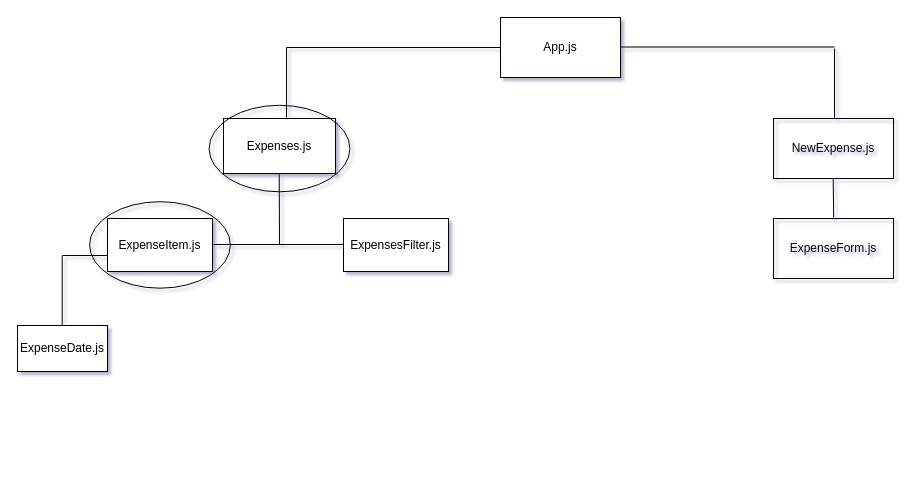
Above: Expense-calendar-scheme.drawio in Lonerr7/-Udemy-React-Expense-Calendar (draw.io), before the change. Source tidied: cells renumbered, new cells numbered last; positions are measured from the earlier drawing's top-left corner, leaving out a move shared by most shapes. Both pictures are drawn from the tidied source at 100%, with x=0, y=0 at pixel (17, 17).
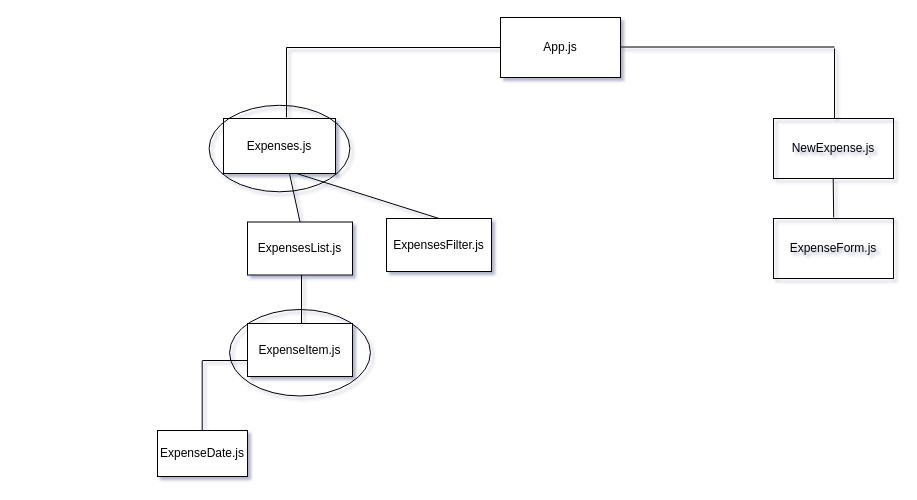
After the change.

Commit message (it also covers changes not shown here):
Fixed Epxense-calendar-scheme

Change to the diagram source:
```diff
@@
     <mxCell id="3" value="ExpenseItem.js" style="rounded=0;whiteSpace=wrap;html=1;" parent="1" vertex="1">
-      <mxGeometry x="90" y="201" width="105" height="53" as="geometry" />
+      <mxGeometry x="230" y="306" width="105" height="53" as="geometry" />
     </mxCell>
@@
     <mxCell id="6" value="ExpenseDate.js" style="rounded=0;whiteSpace=wrap;html=1;" parent="1" vertex="1">
-      <mxGeometry y="308" width="90" height="46" as="geometry" />
+      <mxGeometry x="140" y="413" width="90" height="46" as="geometry" />
     </mxCell>
     <mxCell id="7" style="endArrow=none;html=1;" parent="1" edge="1">
       <mxGeometry relative="1" as="geometry">
-        <mxPoint x="44.7" y="308" as="sourcePoint" />
-        <mxPoint x="44.7" y="238" as="targetPoint" />
+        <mxPoint x="184.7" y="413" as="sourcePoint" />
+        <mxPoint x="184.7" y="343" as="targetPoint" />
       </mxGeometry>
     </mxCell>
     <mxCell id="8" style="endArrow=none;html=1;" parent="1" edge="1">
       <mxGeometry relative="1" as="geometry">
-        <mxPoint x="45" y="238" as="sourcePoint" />
-        <mxPoint x="90" y="238" as="targetPoint" />
+        <mxPoint x="185" y="343" as="sourcePoint" />
+        <mxPoint x="230" y="343" as="targetPoint" />
       </mxGeometry>
     </mxCell>
@@
-    <mxCell id="10" style="endArrow=none;html=1;" parent="1" edge="1">
-      <mxGeometry relative="1" as="geometry">
-        <mxPoint x="262" y="227" as="sourcePoint" />
-        <mxPoint x="261.7" y="156" as="targetPoint" />
-      </mxGeometry>
-    </mxCell>
     <mxCell id="11" style="ellipse;whiteSpace=wrap;html=1;fillColor=none;" parent="1" vertex="1">
-      <mxGeometry x="72.1" y="184.2" width="140.8" height="86.5" as="geometry" />
+      <mxGeometry x="212.1" y="292" width="140.8" height="86.5" as="geometry" />
     </mxCell>
@@
-    <mxCell id="17" style="endArrow=none;html=1;" parent="1" edge="1">
-      <mxGeometry relative="1" as="geometry">
-        <mxPoint x="262" y="227" as="sourcePoint" />
-        <mxPoint x="196" y="227" as="targetPoint" />
-      </mxGeometry>
-    </mxCell>
@@
-    <mxCell id="19" style="endArrow=none;html=1;" parent="1" edge="1">
-      <mxGeometry relative="1" as="geometry">
-        <mxPoint x="327" y="227" as="sourcePoint" />
-        <mxPoint x="261" y="227" as="targetPoint" />
-      </mxGeometry>
-    </mxCell>
     <mxCell id="20" value="ExpensesFilter.js" style="rounded=0;whiteSpace=wrap;html=1;" parent="1" vertex="1">
-      <mxGeometry x="326" y="201" width="105" height="53" as="geometry" />
+      <mxGeometry x="369" y="201" width="105" height="53" as="geometry" />
     </mxCell>
+    <mxCell id="21" style="endArrow=none;html=1;exitX=0.5;exitY=0;exitDx=0;exitDy=0;entryX=0.5;entryY=0;entryDx=0;entryDy=0;" parent="1" edge="1" target="20">
+      <mxGeometry relative="1" as="geometry">
+        <mxPoint x="279" y="156" as="sourcePoint" />
+      </mxGeometry>
+    </mxCell>
+    <mxCell id="22" value="ExpensesList.js" style="rounded=0;whiteSpace=wrap;html=1;" parent="1" vertex="1">
+      <mxGeometry x="230" y="204.5" width="105" height="53" as="geometry" />
+    </mxCell>
+    <mxCell id="23" style="endArrow=none;html=1;rounded=0;exitX=0.5;exitY=0;exitDx=0;exitDy=0;" parent="1" edge="1" source="22">
+      <mxGeometry relative="1" as="geometry">
+        <mxPoint x="272" y="156" as="targetPoint" />
+      </mxGeometry>
+    </mxCell>
+    <mxCell id="24" style="endArrow=none;html=1;rounded=0;" parent="1" edge="1">
+      <mxGeometry relative="1" as="geometry">
+        <mxPoint x="284" y="306" as="sourcePoint" />
+        <mxPoint x="284" y="257.5" as="targetPoint" />
+      </mxGeometry>
+    </mxCell>
```
